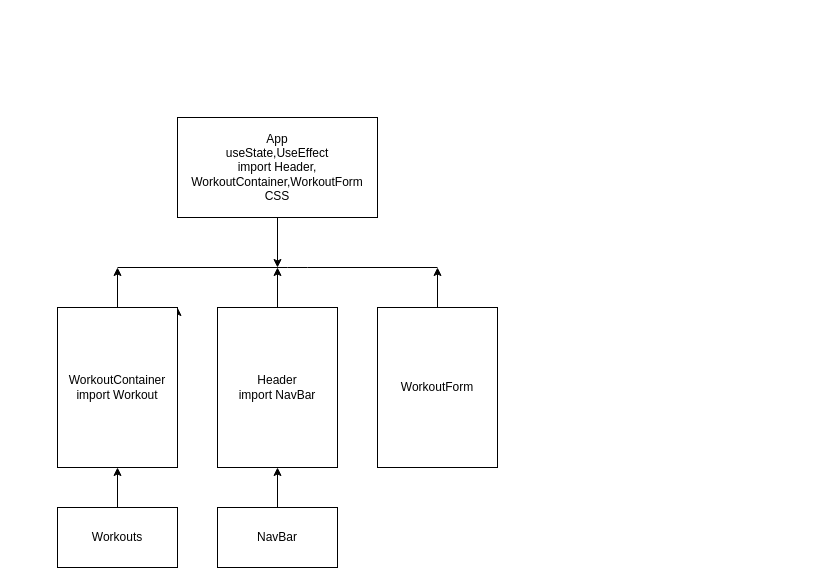
This is page "Page-1" (1 of 2) of .drawio from kennethlatour/Victory-React-Project, a draw.io file, before an edit. Source tidied: cells renumbered, new cells numbered last; positions are measured from the earlier drawing's top-left corner, leaving out a move shared by most shapes. Both pictures are drawn from the tidied source at 100%, with x=0, y=0 at pixel (57, 117).
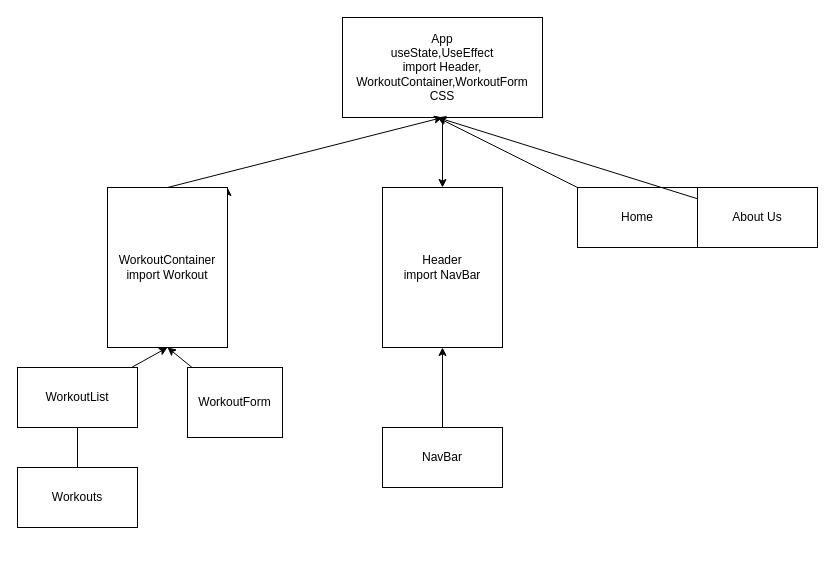
After the change.

Commit message (it also covers changes not shown here):
did CSS

The edit, as a diff of the source:
```diff
@@
-    <mxCell id="2" style="edgeStyle=none;html=1;exitX=0.5;exitY=1;exitDx=0;exitDy=0;" parent="1" edge="1" source="3">
-      <mxGeometry relative="1" as="geometry">
-        <mxPoint x="220" y="150" as="targetPoint" />
-      </mxGeometry>
+    <mxCell id="2" style="edgeStyle=none;html=1;exitX=0.5;exitY=1;exitDx=0;exitDy=0;entryX=0.5;entryY=0;entryDx=0;entryDy=0;" parent="1" edge="1" source="3" target="10">
+      <mxGeometry relative="1" as="geometry" />
     </mxCell>
     <mxCell id="3" value="App&lt;br&gt;useState,UseEffect&lt;br&gt;import Header, WorkoutContainer,WorkoutForm&lt;br&gt;CSS" style="rounded=0;whiteSpace=wrap;html=1;" parent="1" vertex="1">
-      <mxGeometry x="120" width="200" height="100" as="geometry" />
+      <mxGeometry x="285" y="-100" width="200" height="100" as="geometry" />
     </mxCell>
@@
-    <mxCell id="5" style="edgeStyle=none;html=1;exitX=0.5;exitY=0;exitDx=0;exitDy=0;" parent="1" edge="1" source="6">
-      <mxGeometry relative="1" as="geometry">
-        <mxPoint x="60" y="150" as="targetPoint" />
-      </mxGeometry>
+    <mxCell id="5" style="edgeStyle=none;html=1;exitX=0.5;exitY=0;exitDx=0;exitDy=0;entryX=0.5;entryY=1;entryDx=0;entryDy=0;" parent="1" edge="1" source="6" target="3">
+      <mxGeometry relative="1" as="geometry" />
     </mxCell>
     <mxCell id="6" value="WorkoutContainer&lt;br&gt;import Workout" style="rounded=0;whiteSpace=wrap;html=1;" parent="1" vertex="1">
-      <mxGeometry y="190" width="120" height="160" as="geometry" />
+      <mxGeometry x="50" y="70" width="120" height="160" as="geometry" />
     </mxCell>
-    <mxCell id="7" style="edgeStyle=none;html=1;" parent="1" edge="1" source="8">
-      <mxGeometry relative="1" as="geometry">
-        <mxPoint x="380" y="150" as="targetPoint" />
-      </mxGeometry>
-    </mxCell>
+    <mxCell id="16" style="edgeStyle=none;html=1;entryX=0.5;entryY=1;entryDx=0;entryDy=0;" parent="1" edge="1" source="8" target="6">
+      <mxGeometry relative="1" as="geometry" />
+    </mxCell>
     <mxCell id="8" value="WorkoutForm" style="rounded=0;whiteSpace=wrap;html=1;" parent="1" vertex="1">
-      <mxGeometry x="320" y="190" width="120" height="160" as="geometry" />
+      <mxGeometry x="130" y="250" width="95" height="70" as="geometry" />
     </mxCell>
-    <mxCell id="9" style="edgeStyle=none;html=1;" parent="1" edge="1" source="10">
-      <mxGeometry relative="1" as="geometry">
-        <mxPoint x="220" y="150" as="targetPoint" />
-      </mxGeometry>
-    </mxCell>
     <mxCell id="10" value="Header&lt;br&gt;import NavBar" style="rounded=0;whiteSpace=wrap;html=1;" parent="1" vertex="1">
-      <mxGeometry x="160" y="190" width="120" height="160" as="geometry" />
+      <mxGeometry x="325" y="70" width="120" height="160" as="geometry" />
     </mxCell>
-    <mxCell id="11" style="endArrow=none;html=1;" parent="1" edge="1">
-      <mxGeometry relative="1" as="geometry">
-        <mxPoint x="60" y="150" as="sourcePoint" />
-        <mxPoint x="380" y="150" as="targetPoint" />
-        <Array as="points">
-          <mxPoint x="240" y="150" />
-        </Array>
-      </mxGeometry>
-    </mxCell>
@@
     <mxCell id="13" value="NavBar" style="rounded=0;whiteSpace=wrap;html=1;" parent="1" vertex="1">
-      <mxGeometry x="160" y="390" width="120" height="60" as="geometry" />
+      <mxGeometry x="325" y="310" width="120" height="60" as="geometry" />
     </mxCell>
-    <mxCell id="14" style="edgeStyle=none;html=1;entryX=0.5;entryY=1;entryDx=0;entryDy=0;" parent="1" edge="1" source="15" target="6">
+    <mxCell id="14" style="edgeStyle=none;html=1;entryX=0.5;entryY=1;entryDx=0;entryDy=0;startArrow=none;" parent="1" edge="1" source="17" target="6">
       <mxGeometry relative="1" as="geometry" />
     </mxCell>
     <mxCell id="15" value="Workouts" style="rounded=0;whiteSpace=wrap;html=1;" parent="1" vertex="1">
-      <mxGeometry y="390" width="120" height="60" as="geometry" />
+      <mxGeometry x="-40" y="350" width="120" height="60" as="geometry" />
     </mxCell>
+    <mxCell id="17" value="WorkoutList" style="whiteSpace=wrap;html=1;" parent="1" vertex="1">
+      <mxGeometry x="-40" y="250" width="120" height="60" as="geometry" />
+    </mxCell>
+    <mxCell id="18" style="edgeStyle=none;html=1;entryX=0.5;entryY=1;entryDx=0;entryDy=0;endArrow=none;" parent="1" edge="1" source="15" target="17">
+      <mxGeometry relative="1" as="geometry" />
+    </mxCell>
+    <mxCell id="19" style="edgeStyle=none;html=1;" parent="1" edge="1" source="20">
+      <mxGeometry relative="1" as="geometry">
+        <mxPoint x="380" as="targetPoint" />
+      </mxGeometry>
+    </mxCell>
+    <mxCell id="20" value="Home" style="whiteSpace=wrap;html=1;" parent="1" vertex="1">
+      <mxGeometry x="520" y="70" width="120" height="60" as="geometry" />
+    </mxCell>
+    <mxCell id="21" style="edgeStyle=none;html=1;" parent="1" edge="1" source="22">
+      <mxGeometry relative="1" as="geometry">
+        <mxPoint x="380" as="targetPoint" />
+      </mxGeometry>
+    </mxCell>
+    <mxCell id="22" value="About Us" style="whiteSpace=wrap;html=1;" parent="1" vertex="1">
+      <mxGeometry x="640" y="70" width="120" height="60" as="geometry" />
+    </mxCell>
+    <mxCell id="23" style="whiteSpace=wrap;html=1;" parent="1" vertex="1">
+      <mxGeometry x="670" y="440" as="geometry" />
+    </mxCell>
```
